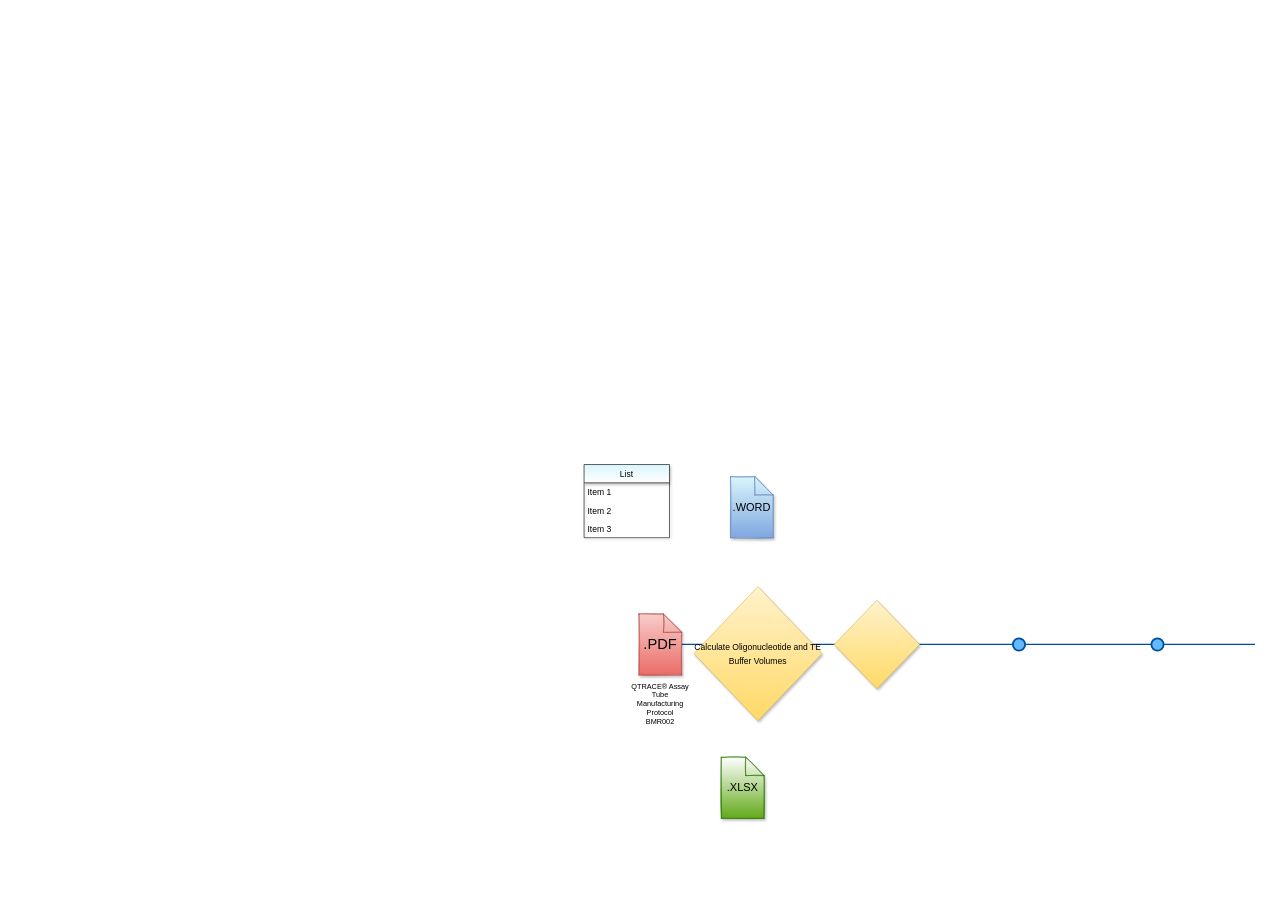
Above: Flowcharts/Untitled Diagram.drawio in JTaal/bioinformatic_scripts (draw.io), before the change. Source tidied: cells renumbered, new cells numbered last; positions are measured from the earlier drawing's top-left corner, leaving out a move shared by most shapes. Both pictures are drawn from the tidied source at 61%, with x=0, y=0 at pixel (584, 464).
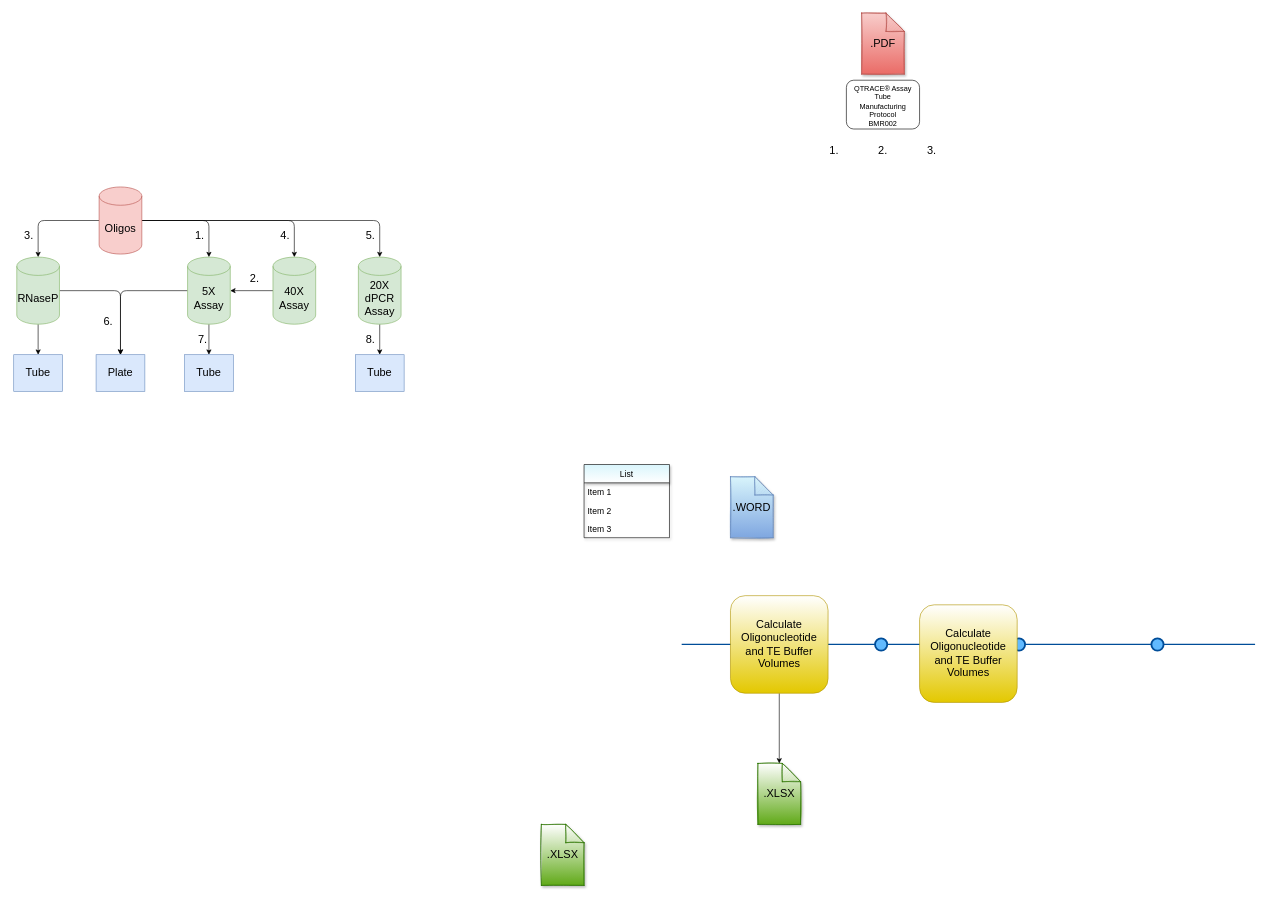
Above is the later version.

Diff of the diagram source:
```diff
@@
-    <mxCell id="3" style="ellipse;whiteSpace=wrap;html=1;fillColor=#61BAFF;fontSize=28;fontColor=#004D99;strokeWidth=3;strokeColor=#004D99;" parent="1" vertex="1">
-      <mxGeometry x="250" y="285" width="20" height="20" as="geometry" />
-    </mxCell>
@@
     <mxCell id="7" value="&lt;font style=&quot;font-size: 18px;&quot;&gt;&lt;span style=&quot;color: rgb(0, 0, 0);&quot;&gt;.XLSX&lt;/span&gt;&lt;/font&gt;" style="shape=note;whiteSpace=wrap;html=1;backgroundOutline=1;darkOpacity=0.05;sketch=1;fillColor=#60a917;strokeColor=#2D7600;fontColor=#ffffff;shadow=1;gradientColor=#ffffff;gradientDirection=north;" parent="1" vertex="1">
-      <mxGeometry x="225" y="480" width="70" height="100" as="geometry" />
+      <mxGeometry x="285" y="490" width="70" height="100" as="geometry" />
     </mxCell>
@@
-    <mxCell id="9" value="&lt;font style=&quot;font-size: 24px;&quot;&gt;.PDF&lt;/font&gt;" style="shape=note;whiteSpace=wrap;html=1;backgroundOutline=1;darkOpacity=0.05;sketch=1;fillColor=#f8cecc;strokeColor=#b85450;shadow=1;gradientDirection=south;gradientColor=#ea6b66;" parent="1" vertex="1">
-      <mxGeometry x="90" y="245" width="70" height="100" as="geometry" />
+    <mxCell id="9" value="&lt;font style=&quot;font-size: 18px;&quot;&gt;.PDF&lt;/font&gt;" style="shape=note;whiteSpace=wrap;html=1;backgroundOutline=1;darkOpacity=0.05;sketch=1;fillColor=#f8cecc;strokeColor=#b85450;shadow=1;gradientDirection=south;gradientColor=#ea6b66;" parent="1" vertex="1">
+      <mxGeometry x="455" y="-740" width="70" height="100" as="geometry" />
     </mxCell>
-    <mxCell id="10" value="QTRACE® Assay Tube&lt;br&gt;Manufacturing Protocol&lt;br&gt;BMR002" style="text;whiteSpace=wrap;html=1;align=center;" parent="1" vertex="1">
-      <mxGeometry x="65" y="350" width="120" height="80" as="geometry" />
+    <mxCell id="10" value="QTRACE® Assay Tube&lt;br&gt;Manufacturing Protocol&lt;br&gt;BMR002&lt;br&gt;" style="text;whiteSpace=wrap;html=1;align=center;strokeColor=default;rounded=1;glass=0;shadow=0;sketch=0;fillColor=default;" parent="1" vertex="1">
+      <mxGeometry x="430" y="-630" width="120" height="80" as="geometry" />
     </mxCell>
-    <mxCell id="11" value="&lt;font style=&quot;font-size: 14px;&quot;&gt;Calculate Oligonucleotide and TE Buffer Volumes&lt;/font&gt;" style="rhombus;whiteSpace=wrap;html=1;shadow=1;sketch=0;fontFamily=Helvetica;fontSize=18;fillColor=#fff2cc;gradientColor=#ffd966;gradientDirection=south;strokeColor=#d6b656;align=center;" parent="1" vertex="1">
-      <mxGeometry x="180" y="200" width="210" height="220" as="geometry" />
-    </mxCell>
-    <mxCell id="12" style="rhombus;whiteSpace=wrap;html=1;shadow=1;sketch=0;fontFamily=Helvetica;fontSize=18;fillColor=#fff2cc;gradientDirection=south;strokeColor=#d6b656;gradientColor=#ffd966;" parent="1" vertex="1">
-      <mxGeometry x="410" y="222.5" width="140" height="145" as="geometry" />
-    </mxCell>
@@
+    <mxCell id="17" style="edgeStyle=orthogonalEdgeStyle;rounded=0;jettySize=auto;html=1;entryX=0.5;entryY=0;entryDx=0;entryDy=0;entryPerimeter=0;fontFamily=Helvetica;fontSize=18;" parent="1" edge="1" source="18" target="7">
+      <mxGeometry relative="1" as="geometry" />
+    </mxCell>
+    <mxCell id="18" value="&lt;span style=&quot;&quot;&gt;&lt;font style=&quot;font-size: 18px;&quot;&gt;Calculate Oligonucleotide and TE Buffer Volumes&lt;/font&gt;&lt;/span&gt;" style="whiteSpace=wrap;html=1;rounded=1;shadow=0;glass=0;sketch=0;fontFamily=Helvetica;fontSize=12;strokeColor=#B09500;fillColor=#e3c800;gradientDirection=north;strokeWidth=1;fontColor=#000000;gradientColor=#ffffff;" parent="1" vertex="1">
+      <mxGeometry x="240" y="215" width="160" height="160" as="geometry" />
+    </mxCell>
+    <mxCell id="19" value="&lt;font style=&quot;font-size: 18px;&quot;&gt;&lt;span style=&quot;color: rgb(0, 0, 0);&quot;&gt;.XLSX&lt;/span&gt;&lt;/font&gt;" style="shape=note;whiteSpace=wrap;html=1;backgroundOutline=1;darkOpacity=0.05;sketch=1;fillColor=#60a917;strokeColor=#2D7600;fontColor=#ffffff;shadow=1;gradientColor=#ffffff;gradientDirection=north;" parent="1" vertex="1">
+      <mxGeometry x="-70" y="590" width="70" height="100" as="geometry" />
+    </mxCell>
+    <mxCell id="20" value="&lt;span style=&quot;&quot;&gt;&lt;font style=&quot;font-size: 18px;&quot;&gt;Calculate Oligonucleotide and TE Buffer Volumes&lt;/font&gt;&lt;/span&gt;" style="whiteSpace=wrap;html=1;rounded=1;shadow=0;glass=0;sketch=0;fontFamily=Helvetica;fontSize=12;strokeColor=#B09500;fillColor=#e3c800;gradientDirection=north;strokeWidth=1;fontColor=#000000;gradientColor=#ffffff;" parent="1" vertex="1">
+      <mxGeometry x="550" y="230" width="160" height="160" as="geometry" />
+    </mxCell>
+    <mxCell id="21" style="edgeStyle=orthogonalEdgeStyle;rounded=1;jettySize=auto;html=1;entryX=0.5;entryY=0;entryDx=0;entryDy=0;entryPerimeter=0;fontFamily=Helvetica;fontSize=18;strokeColor=default;" parent="1" edge="1" source="25" target="30">
+      <mxGeometry relative="1" as="geometry" />
+    </mxCell>
+    <mxCell id="22" style="edgeStyle=orthogonalEdgeStyle;rounded=1;jettySize=auto;html=1;entryX=0.5;entryY=0;entryDx=0;entryDy=0;entryPerimeter=0;fontFamily=Helvetica;fontSize=18;strokeColor=default;" parent="1" edge="1" source="25" target="34">
+      <mxGeometry relative="1" as="geometry" />
+    </mxCell>
+    <mxCell id="23" style="edgeStyle=orthogonalEdgeStyle;rounded=1;jettySize=auto;html=1;entryX=0.5;entryY=0;entryDx=0;entryDy=0;entryPerimeter=0;fontFamily=Helvetica;fontSize=18;strokeColor=default;" parent="1" edge="1" source="25" target="27">
+      <mxGeometry relative="1" as="geometry" />
+    </mxCell>
+    <mxCell id="24" style="edgeStyle=orthogonalEdgeStyle;rounded=1;jettySize=auto;html=1;entryX=0.5;entryY=0;entryDx=0;entryDy=0;entryPerimeter=0;fontFamily=Helvetica;fontSize=18;strokeColor=default;" parent="1" edge="1" source="25" target="36">
+      <mxGeometry relative="1" as="geometry" />
+    </mxCell>
+    <mxCell id="25" value="Oligos" style="shape=cylinder3;whiteSpace=wrap;html=1;boundedLbl=1;backgroundOutline=1;size=15;rounded=1;shadow=0;glass=0;sketch=0;fontFamily=Helvetica;fontSize=18;strokeWidth=1;gradientDirection=north;fillColor=#f8cecc;strokeColor=#b85450;" parent="1" vertex="1">
+      <mxGeometry x="-795" y="-455" width="70" height="110" as="geometry" />
+    </mxCell>
+    <mxCell id="26" style="edgeStyle=orthogonalEdgeStyle;rounded=1;jettySize=auto;html=1;entryX=1;entryY=0.5;entryDx=0;entryDy=0;entryPerimeter=0;fontFamily=Helvetica;fontSize=18;strokeColor=default;" parent="1" edge="1" source="27" target="30">
+      <mxGeometry relative="1" as="geometry" />
+    </mxCell>
+    <mxCell id="27" value="40X Assay" style="shape=cylinder3;whiteSpace=wrap;html=1;boundedLbl=1;backgroundOutline=1;size=15;rounded=1;shadow=0;glass=0;sketch=0;fontFamily=Helvetica;fontSize=18;strokeColor=#82b366;strokeWidth=1;fillColor=#d5e8d4;gradientDirection=north;" parent="1" vertex="1">
+      <mxGeometry x="-510" y="-340" width="70" height="110" as="geometry" />
+    </mxCell>
+    <mxCell id="28" style="edgeStyle=orthogonalEdgeStyle;rounded=1;jettySize=auto;html=1;entryX=0.5;entryY=0;entryDx=0;entryDy=0;fontFamily=Helvetica;fontSize=18;strokeColor=default;" parent="1" edge="1" source="30" target="31">
+      <mxGeometry relative="1" as="geometry" />
+    </mxCell>
+    <mxCell id="29" style="edgeStyle=orthogonalEdgeStyle;rounded=1;jettySize=auto;html=1;entryX=0.5;entryY=0;entryDx=0;entryDy=0;fontFamily=Helvetica;fontSize=18;strokeColor=default;" parent="1" edge="1" source="30" target="37">
+      <mxGeometry relative="1" as="geometry" />
+    </mxCell>
+    <mxCell id="30" value="5X Assay" style="shape=cylinder3;whiteSpace=wrap;html=1;boundedLbl=1;backgroundOutline=1;size=15;rounded=1;shadow=0;glass=0;sketch=0;fontFamily=Helvetica;fontSize=18;strokeWidth=1;gradientDirection=north;fillColor=#d5e8d4;strokeColor=#82b366;" parent="1" vertex="1">
+      <mxGeometry x="-650" y="-340" width="70" height="110" as="geometry" />
+    </mxCell>
+    <mxCell id="31" value="Plate" style="rounded=0;whiteSpace=wrap;html=1;shadow=0;glass=0;sketch=0;fontFamily=Helvetica;fontSize=18;strokeColor=#6c8ebf;strokeWidth=1;fillColor=#dae8fc;gradientDirection=north;" parent="1" vertex="1">
+      <mxGeometry x="-800" y="-180" width="80" height="60" as="geometry" />
+    </mxCell>
+    <mxCell id="32" style="edgeStyle=orthogonalEdgeStyle;rounded=1;jettySize=auto;html=1;entryX=0.5;entryY=0;entryDx=0;entryDy=0;fontFamily=Helvetica;fontSize=18;strokeColor=default;" parent="1" edge="1" source="34" target="31">
+      <mxGeometry relative="1" as="geometry" />
+    </mxCell>
+    <mxCell id="33" style="edgeStyle=orthogonalEdgeStyle;rounded=1;jettySize=auto;html=1;entryX=0.5;entryY=0;entryDx=0;entryDy=0;fontFamily=Helvetica;fontSize=18;strokeColor=default;" parent="1" edge="1" source="34" target="39">
+      <mxGeometry relative="1" as="geometry" />
+    </mxCell>
+    <mxCell id="34" value="RNaseP" style="shape=cylinder3;whiteSpace=wrap;html=1;boundedLbl=1;backgroundOutline=1;size=15;rounded=1;shadow=0;glass=0;sketch=0;fontFamily=Helvetica;fontSize=18;strokeColor=#82b366;strokeWidth=1;fillColor=#d5e8d4;gradientDirection=north;" parent="1" vertex="1">
+      <mxGeometry x="-930" y="-340" width="70" height="110" as="geometry" />
+    </mxCell>
+    <mxCell id="35" style="edgeStyle=orthogonalEdgeStyle;rounded=1;jettySize=auto;html=1;entryX=0.5;entryY=0;entryDx=0;entryDy=0;fontFamily=Helvetica;fontSize=18;strokeColor=default;" parent="1" edge="1" source="36" target="38">
+      <mxGeometry relative="1" as="geometry" />
+    </mxCell>
+    <mxCell id="36" value="20X dPCR Assay" style="shape=cylinder3;whiteSpace=wrap;html=1;boundedLbl=1;backgroundOutline=1;size=15;rounded=1;shadow=0;glass=0;sketch=0;fontFamily=Helvetica;fontSize=18;strokeColor=#82b366;strokeWidth=1;fillColor=#d5e8d4;gradientDirection=north;" parent="1" vertex="1">
+      <mxGeometry x="-370" y="-340" width="70" height="110" as="geometry" />
+    </mxCell>
+    <mxCell id="37" value="Tube" style="rounded=0;whiteSpace=wrap;html=1;shadow=0;glass=0;sketch=0;fontFamily=Helvetica;fontSize=18;strokeColor=#6c8ebf;strokeWidth=1;fillColor=#dae8fc;gradientDirection=north;" parent="1" vertex="1">
+      <mxGeometry x="-655" y="-180" width="80" height="60" as="geometry" />
+    </mxCell>
+    <mxCell id="38" value="Tube" style="rounded=0;whiteSpace=wrap;html=1;shadow=0;glass=0;sketch=0;fontFamily=Helvetica;fontSize=18;strokeColor=#6c8ebf;strokeWidth=1;fillColor=#dae8fc;gradientDirection=north;" parent="1" vertex="1">
+      <mxGeometry x="-375" y="-180" width="80" height="60" as="geometry" />
+    </mxCell>
+    <mxCell id="39" value="Tube" style="rounded=0;whiteSpace=wrap;html=1;shadow=0;glass=0;sketch=0;fontFamily=Helvetica;fontSize=18;strokeColor=#6c8ebf;strokeWidth=1;fillColor=#dae8fc;gradientDirection=north;" parent="1" vertex="1">
+      <mxGeometry x="-935" y="-180" width="80" height="60" as="geometry" />
+    </mxCell>
+    <mxCell id="40" value="1." style="text;html=1;strokeColor=none;fillColor=none;align=center;verticalAlign=middle;whiteSpace=wrap;rounded=0;shadow=0;glass=0;sketch=0;fontFamily=Helvetica;fontSize=18;" parent="1" vertex="1">
+      <mxGeometry x="-660" y="-390" width="60" height="30" as="geometry" />
+    </mxCell>
+    <mxCell id="41" value="7." style="text;html=1;strokeColor=none;fillColor=none;align=center;verticalAlign=middle;whiteSpace=wrap;rounded=0;shadow=0;glass=0;sketch=0;fontFamily=Helvetica;fontSize=18;" parent="1" vertex="1">
+      <mxGeometry x="-655" y="-220" width="60" height="30" as="geometry" />
+    </mxCell>
+    <mxCell id="42" value="2." style="text;html=1;strokeColor=none;fillColor=none;align=center;verticalAlign=middle;whiteSpace=wrap;rounded=0;shadow=0;glass=0;sketch=0;fontFamily=Helvetica;fontSize=18;" parent="1" vertex="1">
+      <mxGeometry x="-570" y="-320" width="60" height="30" as="geometry" />
+    </mxCell>
+    <mxCell id="43" value="3." style="text;html=1;strokeColor=none;fillColor=none;align=center;verticalAlign=middle;whiteSpace=wrap;rounded=0;shadow=0;glass=0;sketch=0;fontFamily=Helvetica;fontSize=18;" parent="1" vertex="1">
+      <mxGeometry x="-940" y="-390" width="60" height="30" as="geometry" />
+    </mxCell>
+    <mxCell id="44" value="4." style="text;html=1;strokeColor=none;fillColor=none;align=center;verticalAlign=middle;whiteSpace=wrap;rounded=0;shadow=0;glass=0;sketch=0;fontFamily=Helvetica;fontSize=18;" parent="1" vertex="1">
+      <mxGeometry x="-520" y="-390" width="60" height="30" as="geometry" />
+    </mxCell>
+    <mxCell id="45" value="5." style="text;html=1;strokeColor=none;fillColor=none;align=center;verticalAlign=middle;whiteSpace=wrap;rounded=0;shadow=0;glass=0;sketch=0;fontFamily=Helvetica;fontSize=18;" parent="1" vertex="1">
+      <mxGeometry x="-380" y="-390" width="60" height="30" as="geometry" />
+    </mxCell>
+    <mxCell id="46" value="6." style="text;html=1;strokeColor=none;fillColor=none;align=center;verticalAlign=middle;whiteSpace=wrap;rounded=0;shadow=0;glass=0;sketch=0;fontFamily=Helvetica;fontSize=18;" parent="1" vertex="1">
+      <mxGeometry x="-810" y="-250" width="60" height="30" as="geometry" />
+    </mxCell>
+    <mxCell id="47" value="1." style="text;html=1;strokeColor=none;fillColor=none;align=center;verticalAlign=middle;whiteSpace=wrap;rounded=0;shadow=0;glass=0;sketch=0;fontFamily=Helvetica;fontSize=18;" parent="1" vertex="1">
+      <mxGeometry x="380" y="-530" width="60" height="30" as="geometry" />
+    </mxCell>
+    <mxCell id="48" value="2." style="text;html=1;strokeColor=none;fillColor=none;align=center;verticalAlign=middle;whiteSpace=wrap;rounded=0;shadow=0;glass=0;sketch=0;fontFamily=Helvetica;fontSize=18;" parent="1" vertex="1">
+      <mxGeometry x="460" y="-530" width="60" height="30" as="geometry" />
+    </mxCell>
+    <mxCell id="49" value="3." style="text;html=1;strokeColor=none;fillColor=none;align=center;verticalAlign=middle;whiteSpace=wrap;rounded=0;shadow=0;glass=0;sketch=0;fontFamily=Helvetica;fontSize=18;" parent="1" vertex="1">
+      <mxGeometry x="540" y="-530" width="60" height="30" as="geometry" />
+    </mxCell>
+    <mxCell id="50" style="edgeStyle=orthogonalEdgeStyle;curved=0;rounded=1;sketch=0;orthogonalLoop=1;jettySize=auto;html=1;exitX=0.5;exitY=1;exitDx=0;exitDy=0;" parent="1" edge="1" source="48" target="48">
+      <mxGeometry relative="1" as="geometry" />
+    </mxCell>
+    <mxCell id="51" value="8." style="text;html=1;strokeColor=none;fillColor=none;align=center;verticalAlign=middle;whiteSpace=wrap;rounded=0;shadow=0;glass=0;sketch=0;fontFamily=Helvetica;fontSize=18;" parent="1" vertex="1">
+      <mxGeometry x="-380" y="-220" width="60" height="30" as="geometry" />
+    </mxCell>
```
